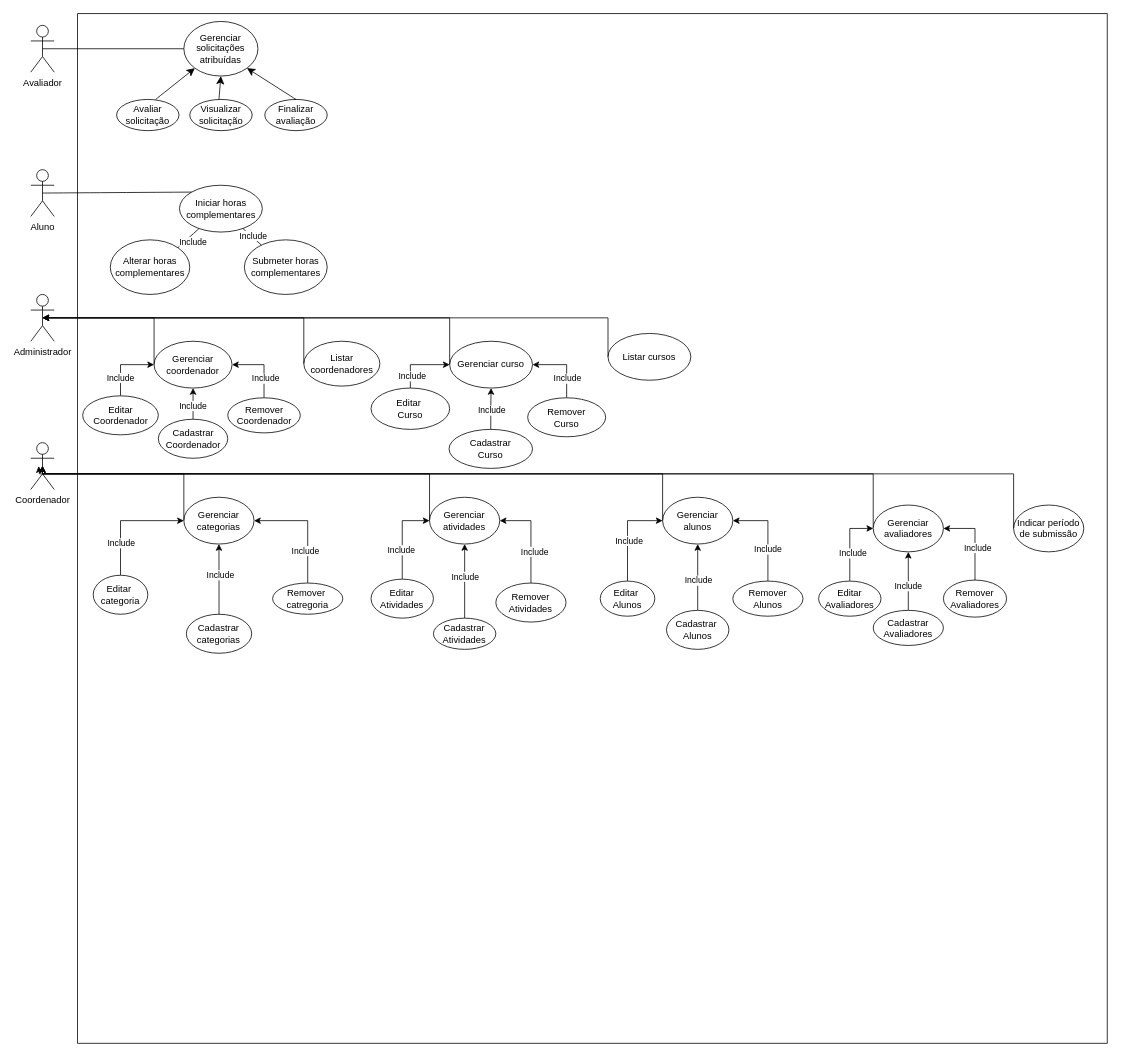
This is trabanalise.drawio from DGzzzzz/ADS_IF, a draw.io file, before an edit. Source tidied: cells renumbered, new cells numbered last; positions are measured from the earlier drawing's top-left corner, leaving out a move shared by most shapes. Both pictures are drawn from the tidied source at 78%, with x=0, y=0 at pixel (30, 13).
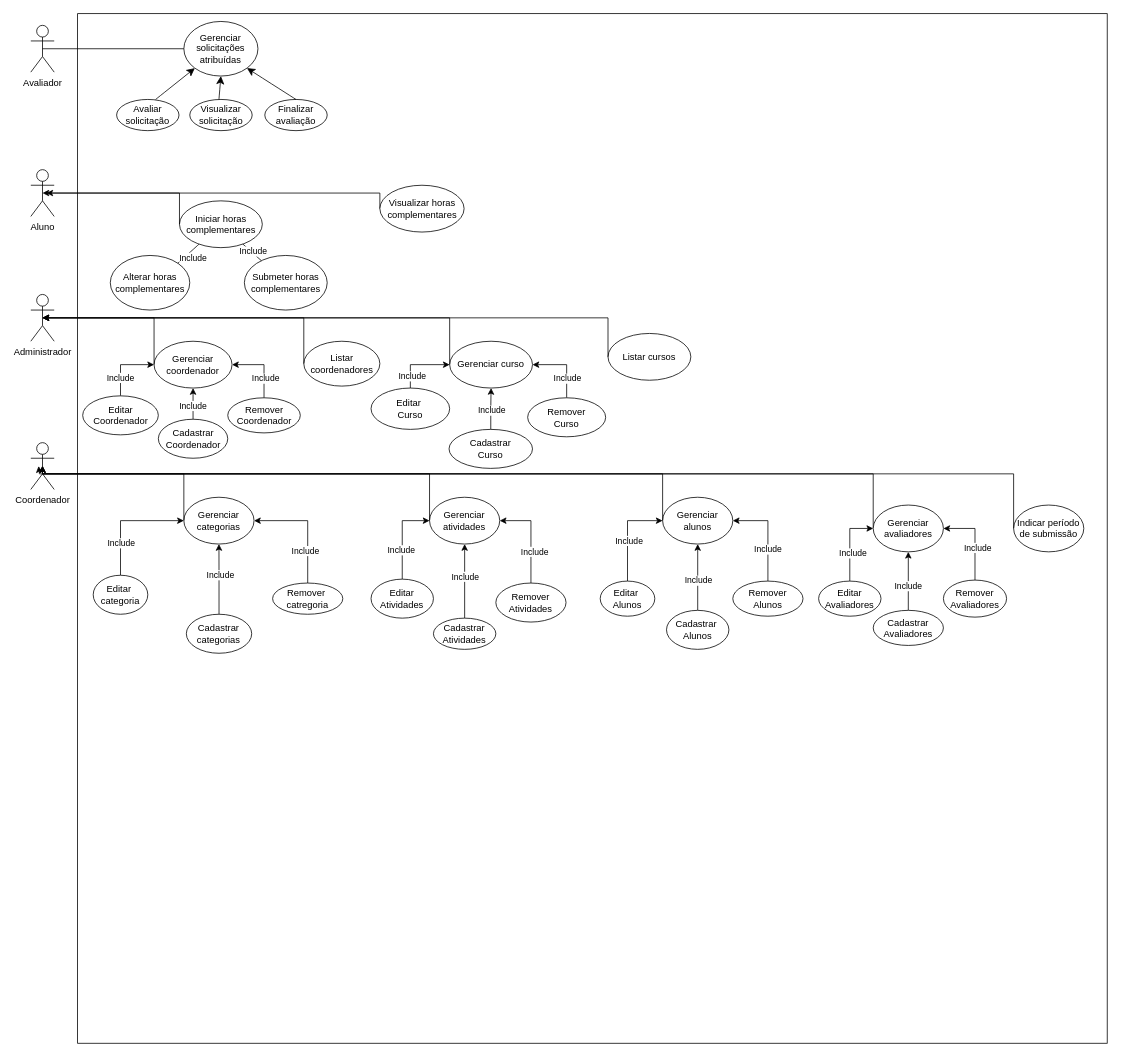
The same page after the edit.

The change refers to these unchanged cells:
```xml
<mxCell id="3" value="Aluno" style="shape=umlActor;verticalLabelPosition=bottom;verticalAlign=top;html=1;outlineConnect=0;" parent="1" vertex="1">
  <mxGeometry y="200" width="30" height="60" as="geometry" />
</mxCell>
```

The edit, as a diff of the source:
```diff
@@
     <mxCell id="15" value="Iniciar horas complementares" style="ellipse;whiteSpace=wrap;html=1;" parent="1" vertex="1">
-      <mxGeometry x="190.6" y="220" width="106.2" height="60" as="geometry" />
+      <mxGeometry x="190.6" y="240" width="106.2" height="60" as="geometry" />
     </mxCell>
@@
     <mxCell id="17" value="Alterar horas complementares" style="ellipse;whiteSpace=wrap;html=1;" parent="1" vertex="1">
-      <mxGeometry x="101.9" y="290" width="101.9" height="70" as="geometry" />
+      <mxGeometry x="101.9" y="310" width="101.9" height="70" as="geometry" />
     </mxCell>
     <mxCell id="18" value="Submeter horas complementares" style="ellipse;whiteSpace=wrap;html=1;" parent="1" vertex="1">
-      <mxGeometry x="273.8" y="290" width="106.2" height="70" as="geometry" />
+      <mxGeometry x="273.8" y="310" width="106.2" height="70" as="geometry" />
     </mxCell>
@@
-    <mxCell id="32" style="endArrow=none;html=1;rounded=0;fontSize=12;startSize=8;endSize=8;curved=1;entryX=0;entryY=0;entryDx=0;entryDy=0;exitX=0.5;exitY=0.5;exitDx=0;exitDy=0;exitPerimeter=0;" parent="1" edge="1" source="3" target="15">
-      <mxGeometry relative="1" as="geometry" />
-    </mxCell>
@@
+    <mxCell id="95" style="edgeStyle=orthogonalEdgeStyle;rounded=0;jettySize=auto;html=1;exitX=0;exitY=0.5;exitDx=0;exitDy=0;" parent="1" edge="1" source="96">
+      <mxGeometry relative="1" as="geometry">
+        <mxPoint x="20" y="230" as="targetPoint" />
+        <Array as="points">
+          <mxPoint x="448" y="230" />
+        </Array>
+      </mxGeometry>
+    </mxCell>
+    <mxCell id="96" value="Visualizar horas complementares" style="ellipse;whiteSpace=wrap;html=1;" parent="1" vertex="1">
+      <mxGeometry x="447.5" y="220" width="108" height="60" as="geometry" />
+    </mxCell>
+    <mxCell id="97" style="edgeStyle=orthogonalEdgeStyle;rounded=0;jettySize=auto;html=1;exitX=0;exitY=0.5;exitDx=0;exitDy=0;entryX=0.5;entryY=0.5;entryDx=0;entryDy=0;entryPerimeter=0;" parent="1" edge="1" source="15" target="3">
+      <mxGeometry relative="1" as="geometry">
+        <Array as="points">
+          <mxPoint x="191" y="230" />
+        </Array>
+      </mxGeometry>
+    </mxCell>
```
